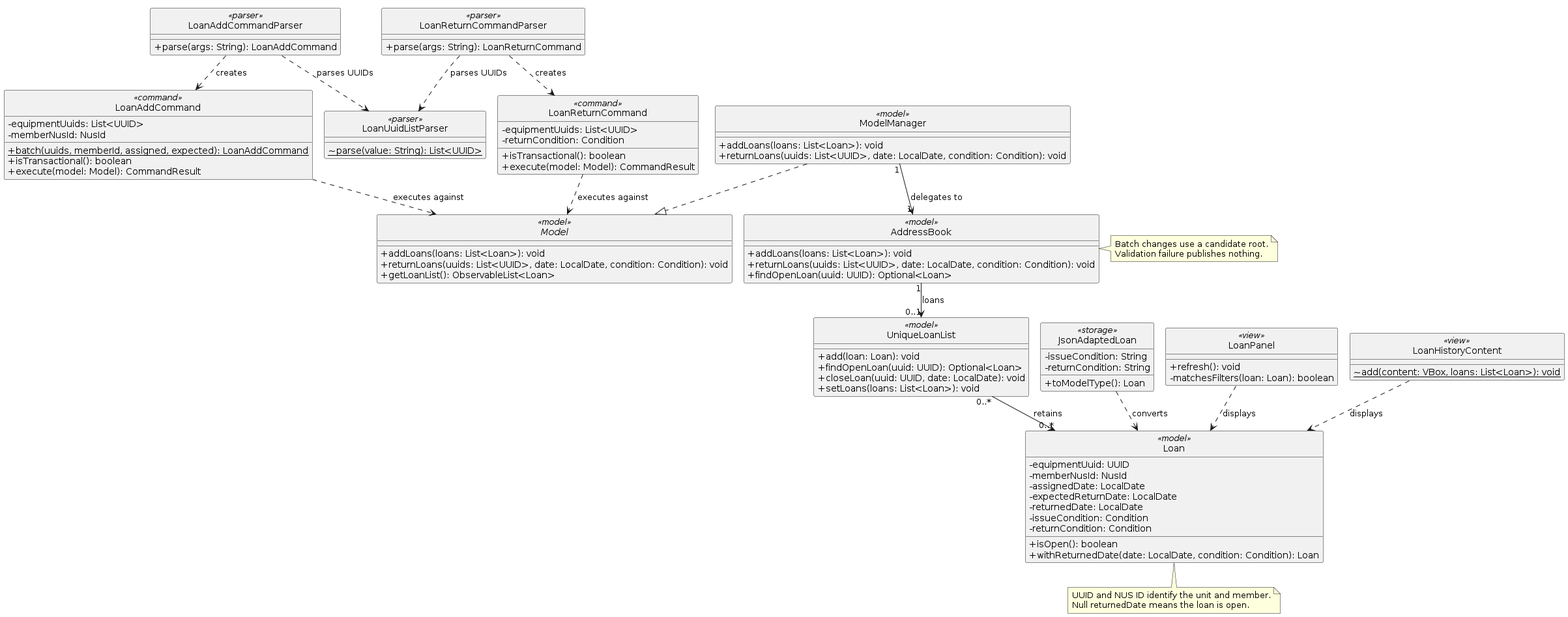
Above: diagrams/LoanWorkflowClassDiagram.png in AY2627S1-CS2103T-F15-2/tp (PlantUML), before the change. Its source is kept beside it as diagrams/LoanWorkflowClassDiagram.puml.
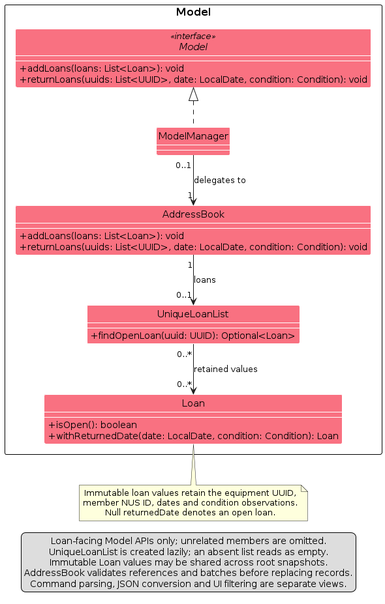
The same diagram one commit later.

What changed in the source:
```diff
@@ -1,101 +1,43 @@
 @startuml
-!pragma layout smetana
-top to bottom direction
-skinparam shadowing false
-skinparam defaultFontName Arial
+!include style.puml
 skinparam classAttributeIconSize 0
-skinparam linetype ortho
-hide circle
-
-class LoanAddCommandParser <<parser>> {
-  + parse(args: String): LoanAddCommand
+skinparam ArrowFontStyle plain
+skinparam classBackgroundColor MODEL_COLOR_T1
+skinparam classFontColor black
+skinparam classStereotypeFontColor black
+show members
+package Model {
+  interface "Model" as LoanModel <<interface>> {
+    + addLoans(loans: List<Loan>): void
+    + returnLoans(uuids: List<UUID>, date: LocalDate, condition: Condition): void
+  }
+  class ModelManager
+  class AddressBook {
+    + addLoans(loans: List<Loan>): void
+    + returnLoans(uuids: List<UUID>, date: LocalDate, condition: Condition): void
+  }
+  class UniqueLoanList {
+    + findOpenLoan(uuid: UUID): Optional<Loan>
+  }
+  class Loan {
+    + isOpen(): boolean
+    + withReturnedDate(date: LocalDate, condition: Condition): Loan
+  }
 }
-class LoanReturnCommandParser <<parser>> {
-  + parse(args: String): LoanReturnCommand
-}
-class LoanUuidListParser <<parser>> {
-  {static} ~ parse(value: String): List<UUID>
-}
-
-class LoanAddCommand <<command>> {
-  - equipmentUuids: List<UUID>
-  - memberNusId: NusId
-  {static} + batch(uuids, memberId, assigned, expected): LoanAddCommand
-  + isTransactional(): boolean
-  + execute(model: Model): CommandResult
-}
-class LoanReturnCommand <<command>> {
-  - equipmentUuids: List<UUID>
-  - returnCondition: Condition
-  + isTransactional(): boolean
-  + execute(model: Model): CommandResult
-}
-
-interface Model <<model>> {
-  + addLoans(loans: List<Loan>): void
-  + returnLoans(uuids: List<UUID>, date: LocalDate, condition: Condition): void
-  + getLoanList(): ObservableList<Loan>
-}
-class ModelManager <<model>> {
-  + addLoans(loans: List<Loan>): void
-  + returnLoans(uuids: List<UUID>, date: LocalDate, condition: Condition): void
-}
-class AddressBook <<model>> {
-  + addLoans(loans: List<Loan>): void
-  + returnLoans(uuids: List<UUID>, date: LocalDate, condition: Condition): void
-  + findOpenLoan(uuid: UUID): Optional<Loan>
-}
-class UniqueLoanList <<model>> {
-  + add(loan: Loan): void
-  + findOpenLoan(uuid: UUID): Optional<Loan>
-  + closeLoan(uuid: UUID, date: LocalDate): void
-  + setLoans(loans: List<Loan>): void
-}
-class Loan <<model>> {
-  - equipmentUuid: UUID
-  - memberNusId: NusId
-  - assignedDate: LocalDate
-  - expectedReturnDate: LocalDate
-  - returnedDate: LocalDate
-  - issueCondition: Condition
-  - returnCondition: Condition
-  + isOpen(): boolean
-  + withReturnedDate(date: LocalDate, condition: Condition): Loan
-}
-
-class JsonAdaptedLoan <<storage>> {
-  - issueCondition: String
-  - returnCondition: String
-  + toModelType(): Loan
-}
-class LoanPanel <<view>> {
-  + refresh(): void
-  - matchesFilters(loan: Loan): boolean
-}
-class LoanHistoryContent <<view>> {
-  {static} ~ add(content: VBox, loans: List<Loan>): void
-}
-
-LoanAddCommandParser ..> LoanAddCommand : creates
-LoanReturnCommandParser ..> LoanReturnCommand : creates
-LoanAddCommandParser ..> LoanUuidListParser : parses UUIDs
-LoanReturnCommandParser ..> LoanUuidListParser : parses UUIDs
-LoanAddCommand ..> Model : executes against
-LoanReturnCommand ..> Model : executes against
-ModelManager ..|> Model
-ModelManager "1" --> "1" AddressBook : delegates to
+ModelManager .up.|> LoanModel
+ModelManager "0..1" --> "1" AddressBook : delegates to
 AddressBook "1" --> "0..1" UniqueLoanList : loans
-UniqueLoanList "0..*" --> "0..*" Loan : retains
-JsonAdaptedLoan ..> Loan : converts
-LoanPanel ..> Loan : displays
-LoanHistoryContent ..> Loan : displays
-
-note right of AddressBook
-  Batch changes use a candidate root.
-  Validation failure publishes nothing.
+UniqueLoanList "0..*" --> "0..*" Loan : retained values
+note bottom of Loan
+  Immutable loan values retain the equipment UUID,
+  member NUS ID, dates and condition observations.
+  Null returnedDate denotes an open loan.
 end note
-note bottom of Loan
-  UUID and NUS ID identify the unit and member.
-  Null returnedDate means the loan is open.
-end note
+legend bottom
+  Loan-facing Model APIs only; unrelated members are omitted.
+  UniqueLoanList is created lazily; an absent list reads as empty.
+  Immutable Loan values may be shared across root snapshots.
+  AddressBook validates references and batches before replacing records.
+  Command parsing, JSON conversion and UI filtering are separate views.
+endlegend
 @enduml
```
